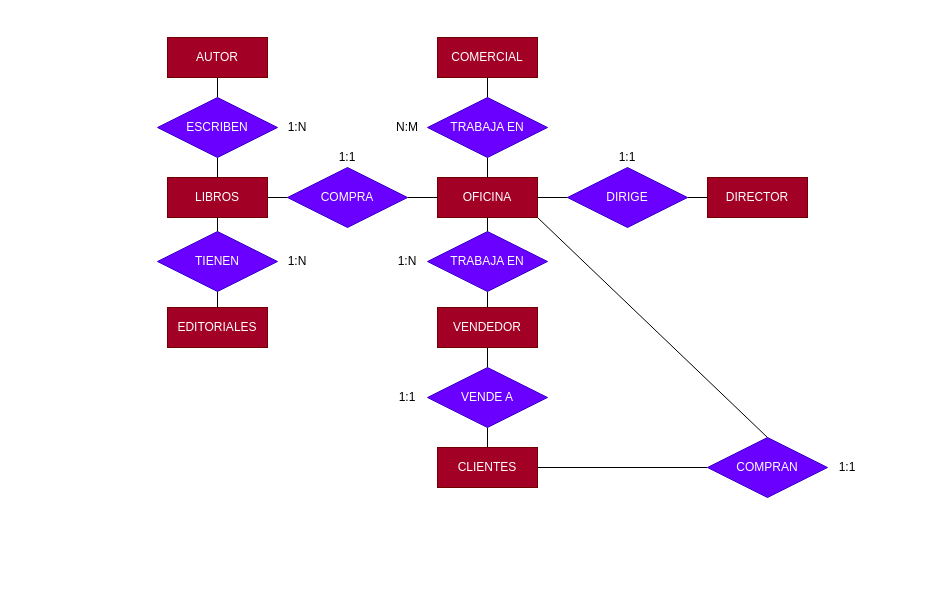
antonionavarro04/diagramas keeps this draw.io diagram as Ejercicio5_Tema1.drawio. Above is the earlier version. Source tidied: cells renumbered, new cells numbered last; positions are measured from the earlier drawing's top-left corner, leaving out a move shared by most shapes. Both pictures are drawn from the tidied source at 100%, with x=0, y=0 at pixel (157, 37).
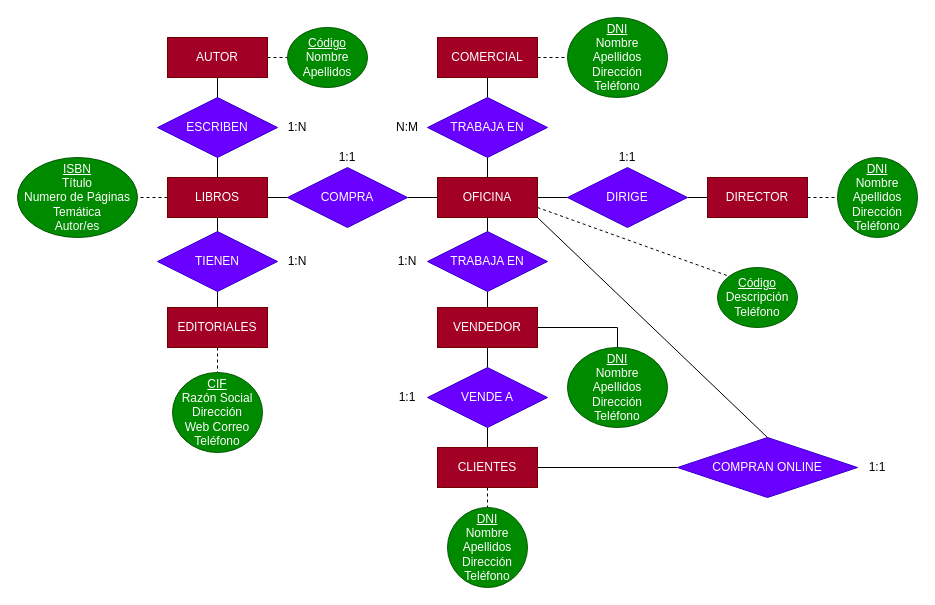
The same diagram, later.

Unchanged cells that the change refers to:
```xml
<mxCell id="3" value="OFICINA" style="whiteSpace=wrap;html=1;align=center;fillColor=#a20025;fontColor=#ffffff;strokeColor=#6F0000;" parent="1" vertex="1">
  <mxGeometry x="280" y="140" width="100" height="40" as="geometry" />
</mxCell>
<mxCell id="5" value="COMERCIAL" style="whiteSpace=wrap;html=1;align=center;fillColor=#a20025;fontColor=#ffffff;strokeColor=#6F0000;" parent="1" vertex="1">
  <mxGeometry x="280" width="100" height="40" as="geometry" />
</mxCell>
<mxCell id="7" value="DIRECTOR" style="whiteSpace=wrap;html=1;align=center;fillColor=#a20025;fontColor=#ffffff;strokeColor=#6F0000;" parent="1" vertex="1">
  <mxGeometry x="550" y="140" width="100" height="40" as="geometry" />
</mxCell>
<mxCell id="10" value="VENDEDOR" style="whiteSpace=wrap;html=1;align=center;fillColor=#a20025;fontColor=#ffffff;strokeColor=#6F0000;" parent="1" vertex="1">
  <mxGeometry x="280" y="270" width="100" height="40" as="geometry" />
</mxCell>
<mxCell id="18" value="LIBROS" style="whiteSpace=wrap;html=1;align=center;fillColor=#a20025;fontColor=#ffffff;strokeColor=#6F0000;" parent="1" vertex="1">
  <mxGeometry x="10" y="140" width="100" height="40" as="geometry" />
</mxCell>
<mxCell id="22" value="EDITORIALES" style="whiteSpace=wrap;html=1;align=center;fillColor=#a20025;fontColor=#ffffff;strokeColor=#6F0000;" parent="1" vertex="1">
  <mxGeometry x="10" y="270" width="100" height="40" as="geometry" />
</mxCell>
<mxCell id="28" value="CLIENTES" style="whiteSpace=wrap;html=1;align=center;fillColor=#a20025;fontColor=#ffffff;strokeColor=#6F0000;" parent="1" vertex="1">
  <mxGeometry x="280" y="410" width="100" height="40" as="geometry" />
</mxCell>
<mxCell id="33" value="AUTOR" style="whiteSpace=wrap;html=1;align=center;fillColor=#a20025;fontColor=#ffffff;strokeColor=#6F0000;" parent="1" vertex="1">
  <mxGeometry x="10" width="100" height="40" as="geometry" />
</mxCell>
```

Change to the diagram source:
```diff
@@
+    <mxCell id="42" style="edgeStyle=none;rounded=0;jettySize=auto;html=1;exitX=1;exitY=0.75;exitDx=0;exitDy=0;entryX=0;entryY=0;entryDx=0;entryDy=0;endArrow=none;endFill=0;dashed=1;" parent="1" edge="1" source="3" target="50">
+      <mxGeometry relative="1" as="geometry" />
+    </mxCell>
@@
+    <mxCell id="43" style="edgeStyle=none;rounded=0;jettySize=auto;html=1;exitX=1;exitY=0.5;exitDx=0;exitDy=0;entryX=0;entryY=0.5;entryDx=0;entryDy=0;dashed=1;endArrow=none;endFill=0;" parent="1" edge="1" source="5" target="51">
+      <mxGeometry relative="1" as="geometry" />
+    </mxCell>
@@
+    <mxCell id="44" style="edgeStyle=none;rounded=0;jettySize=auto;html=1;exitX=1;exitY=0.5;exitDx=0;exitDy=0;entryX=0;entryY=0.5;entryDx=0;entryDy=0;dashed=1;endArrow=none;endFill=0;" parent="1" edge="1" source="7" target="53">
+      <mxGeometry relative="1" as="geometry" />
+    </mxCell>
@@
+    <mxCell id="45" style="edgeStyle=orthogonalEdgeStyle;rounded=0;jettySize=auto;html=1;exitX=1;exitY=0.5;exitDx=0;exitDy=0;entryX=0.5;entryY=0;entryDx=0;entryDy=0;endArrow=none;endFill=0;" parent="1" edge="1" source="10" target="56">
+      <mxGeometry relative="1" as="geometry" />
+    </mxCell>
@@
+    <mxCell id="46" style="edgeStyle=none;rounded=0;jettySize=auto;html=1;exitX=0;exitY=0.5;exitDx=0;exitDy=0;entryX=1;entryY=0.5;entryDx=0;entryDy=0;dashed=1;endArrow=none;endFill=0;" parent="1" edge="1" source="18" target="55">
+      <mxGeometry relative="1" as="geometry" />
+    </mxCell>
@@
+    <mxCell id="47" style="edgeStyle=orthogonalEdgeStyle;rounded=0;jettySize=auto;html=1;exitX=0.5;exitY=1;exitDx=0;exitDy=0;entryX=0.5;entryY=0;entryDx=0;entryDy=0;endArrow=none;endFill=0;dashed=1;" parent="1" edge="1" source="22" target="57">
+      <mxGeometry relative="1" as="geometry" />
+    </mxCell>
@@
+    <mxCell id="48" style="edgeStyle=none;rounded=0;jettySize=auto;html=1;exitX=0.5;exitY=1;exitDx=0;exitDy=0;entryX=0.5;entryY=0;entryDx=0;entryDy=0;dashed=1;endArrow=none;endFill=0;" parent="1" edge="1" source="28" target="52">
+      <mxGeometry relative="1" as="geometry" />
+    </mxCell>
@@
+    <mxCell id="49" style="edgeStyle=none;rounded=0;jettySize=auto;html=1;exitX=1;exitY=0.5;exitDx=0;exitDy=0;entryX=0;entryY=0.5;entryDx=0;entryDy=0;dashed=1;endArrow=none;endFill=0;" parent="1" edge="1" source="33" target="54">
+      <mxGeometry relative="1" as="geometry" />
+    </mxCell>
@@
-    <mxCell id="40" value="COMPRAN" style="shape=rhombus;perimeter=rhombusPerimeter;whiteSpace=wrap;html=1;align=center;fillColor=#6a00ff;fontColor=#ffffff;strokeColor=#3700CC;" parent="1" vertex="1">
-      <mxGeometry x="550" y="400" width="120" height="60" as="geometry" />
+    <mxCell id="40" value="COMPRAN ONLINE" style="shape=rhombus;perimeter=rhombusPerimeter;whiteSpace=wrap;html=1;align=center;fillColor=#6a00ff;fontColor=#ffffff;strokeColor=#3700CC;" parent="1" vertex="1">
+      <mxGeometry x="520" y="400" width="180" height="60" as="geometry" />
     </mxCell>
     <mxCell id="41" value="1:1" style="text;html=1;strokeColor=none;fillColor=none;align=center;verticalAlign=middle;whiteSpace=wrap;rounded=0;" parent="1" vertex="1">
-      <mxGeometry x="660" y="415" width="60" height="30" as="geometry" />
+      <mxGeometry x="690" y="415" width="60" height="30" as="geometry" />
     </mxCell>
+    <mxCell id="50" value="&lt;u&gt;Código&lt;/u&gt;&lt;br&gt;Descripción&lt;br&gt;Teléfono" style="ellipse;whiteSpace=wrap;html=1;fillColor=#008a00;fontColor=#ffffff;strokeColor=#005700;" parent="1" vertex="1">
+      <mxGeometry x="560" y="230" width="80" height="60" as="geometry" />
+    </mxCell>
+    <mxCell id="51" value="&lt;u&gt;DNI&lt;/u&gt;&lt;br&gt;Nombre&lt;br&gt;Apellidos&lt;br&gt;Dirección&lt;br&gt;Teléfono" style="ellipse;whiteSpace=wrap;html=1;fillColor=#008a00;fontColor=#ffffff;strokeColor=#005700;" parent="1" vertex="1">
+      <mxGeometry x="410" y="-20" width="100" height="80" as="geometry" />
+    </mxCell>
+    <mxCell id="52" value="&lt;u&gt;DNI&lt;/u&gt;&lt;br&gt;Nombre&lt;br&gt;Apellidos&lt;br&gt;Dirección&lt;br&gt;Teléfono" style="ellipse;whiteSpace=wrap;html=1;fillColor=#008a00;fontColor=#ffffff;strokeColor=#005700;" parent="1" vertex="1">
+      <mxGeometry x="290" y="470" width="80" height="80" as="geometry" />
+    </mxCell>
+    <mxCell id="53" value="&lt;u&gt;DNI&lt;/u&gt;&lt;br&gt;Nombre&lt;br&gt;Apellidos&lt;br&gt;Dirección&lt;br&gt;Teléfono" style="ellipse;whiteSpace=wrap;html=1;fillColor=#008a00;fontColor=#ffffff;strokeColor=#005700;" parent="1" vertex="1">
+      <mxGeometry x="680" y="120" width="80" height="80" as="geometry" />
+    </mxCell>
+    <mxCell id="54" value="&lt;u&gt;Código&lt;/u&gt;&lt;br&gt;Nombre&lt;br&gt;Apellidos" style="ellipse;whiteSpace=wrap;html=1;fillColor=#008a00;fontColor=#ffffff;strokeColor=#005700;" parent="1" vertex="1">
+      <mxGeometry x="130" y="-10" width="80" height="60" as="geometry" />
+    </mxCell>
+    <mxCell id="55" value="&lt;u&gt;ISBN&lt;/u&gt;&lt;br&gt;Título&lt;br&gt;Numero de Páginas&lt;br&gt;Temática&lt;br&gt;Autor/es" style="ellipse;whiteSpace=wrap;html=1;fillColor=#008a00;fontColor=#ffffff;strokeColor=#005700;" parent="1" vertex="1">
+      <mxGeometry x="-140" y="120" width="120" height="80" as="geometry" />
+    </mxCell>
+    <mxCell id="56" value="&lt;u&gt;DNI&lt;/u&gt;&lt;br&gt;Nombre&lt;br&gt;Apellidos&lt;br&gt;Dirección&lt;br&gt;Teléfono" style="ellipse;whiteSpace=wrap;html=1;fillColor=#008a00;fontColor=#ffffff;strokeColor=#005700;" parent="1" vertex="1">
+      <mxGeometry x="410" y="310" width="100" height="80" as="geometry" />
+    </mxCell>
+    <mxCell id="57" value="&lt;u&gt;CIF&lt;/u&gt;&lt;br&gt;Razón Social&lt;br&gt;Dirección&lt;br&gt;Web Correo&lt;br&gt;Teléfono" style="ellipse;whiteSpace=wrap;html=1;fillColor=#008a00;fontColor=#ffffff;strokeColor=#005700;" parent="1" vertex="1">
+      <mxGeometry x="15" y="335" width="90" height="80" as="geometry" />
+    </mxCell>
```
